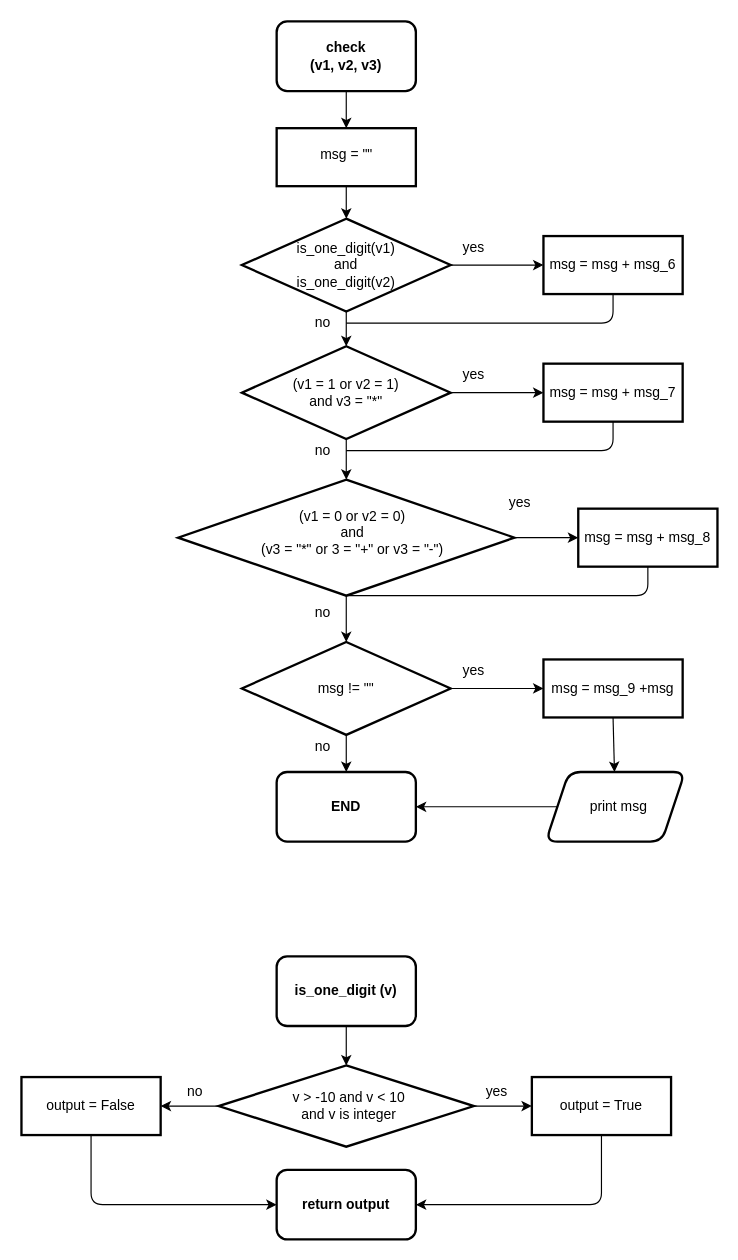
The draw.io diagram Drawio templates/Stage4_function.drawio in MajewskiL/Python-HonestCalculator-Hyperskill-JetBrains, before the edit. Source tidied: cells renumbered, new cells numbered last; positions are measured from the earlier drawing's top-left corner, leaving out a move shared by most shapes. Both pictures are drawn from the tidied source at 116%, with x=0, y=0 at pixel (21, 21).
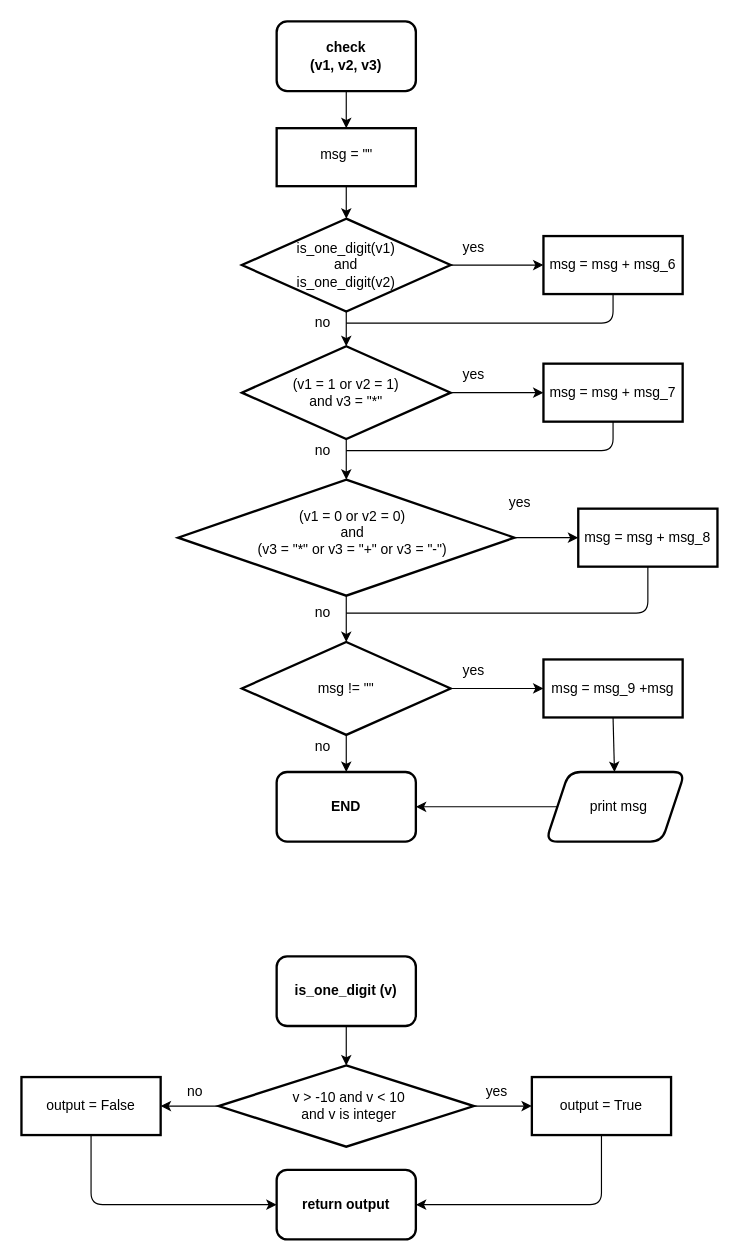
After the change.

Commit message (it also covers changes not shown here):
Fixed stage 4 function flowchart

The change refers to these unchanged cells:
```xml
<mxCell id="14" style="group;" parent="1" vertex="1">
  <mxGeometry x="110" y="395" width="340" height="100" as="geometry" />
</mxCell>
<mxCell id="17" value="msg = msg + msg_8" style="rounded=0;whiteSpace=wrap;html=1;strokeWidth=2;" parent="1" vertex="1">
  <mxGeometry x="480" y="420" width="120" height="50" as="geometry" />
</mxCell>
<mxCell id="47" value="no" style="text;html=1;strokeColor=none;fillColor=none;align=center;verticalAlign=middle;whiteSpace=wrap;rounded=0;" parent="1" vertex="1">
  <mxGeometry x="240" y="500" width="40" height="20" as="geometry" />
</mxCell>
```

Change to the diagram source:
```diff
@@
-    <mxCell id="16" value="(v1 = 0 or v2 = 0)&lt;br&gt;and&lt;br&gt;(v3 = &quot;*&quot; or 3 = &quot;+&quot; or v3 = &quot;-&quot;)" style="text;html=1;strokeColor=none;fillColor=none;align=center;verticalAlign=middle;whiteSpace=wrap;rounded=0;" parent="14" vertex="1">
+    <mxCell id="16" value="(v1 = 0 or v2 = 0)&lt;br&gt;and&lt;br&gt;(v3 = &quot;*&quot; or v3 = &quot;+&quot; or v3 = &quot;-&quot;)" style="text;html=1;strokeColor=none;fillColor=none;align=center;verticalAlign=middle;whiteSpace=wrap;rounded=0;" parent="14" vertex="1">
       <mxGeometry x="89.7" y="35" width="170.6" height="22.2" as="geometry" />
     </mxCell>
@@
-    <mxCell id="39" style="endArrow=none;html=1;exitX=0.5;exitY=1;exitDx=0;exitDy=0;endFill=0;" parent="1" edge="1" source="17">
+    <mxCell id="39" style="endArrow=none;html=1;exitX=0.5;exitY=1;exitDx=0;exitDy=0;endFill=0;entryX=1;entryY=0.5;entryDx=0;entryDy=0;" parent="1" edge="1" source="17" target="47">
       <mxGeometry relative="1" as="geometry">
-        <mxPoint x="280" y="495" as="targetPoint" />
         <Array as="points">
-          <mxPoint x="540" y="495" />
+          <mxPoint x="540" y="510" />
         </Array>
       </mxGeometry>
     </mxCell>
```
